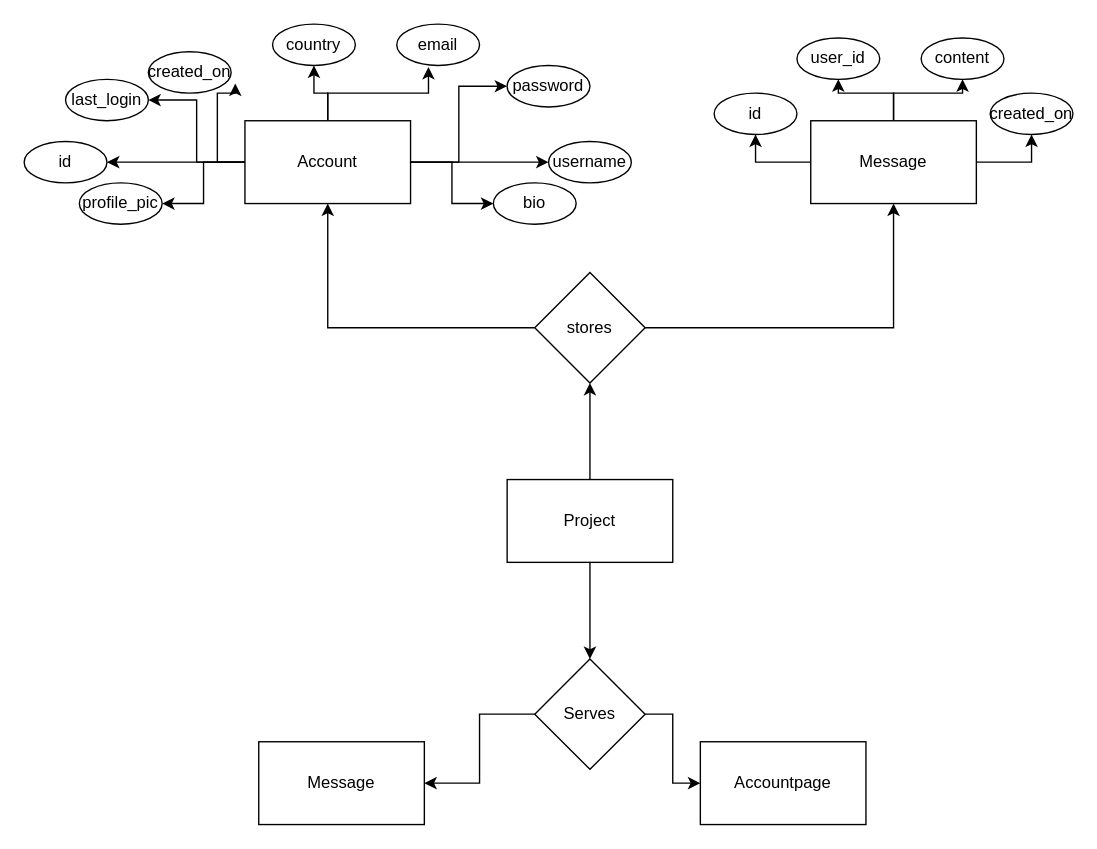
Before: Documentation/Untitled Diagram.drawio in Quicksoapy/BirdClone, a draw.io diagram. Source tidied: cells renumbered, new cells numbered last; positions are measured from the earlier drawing's top-left corner, leaving out a move shared by most shapes. Both pictures are drawn from the tidied source at 138%, with x=0, y=0 at pixel (23, 23).
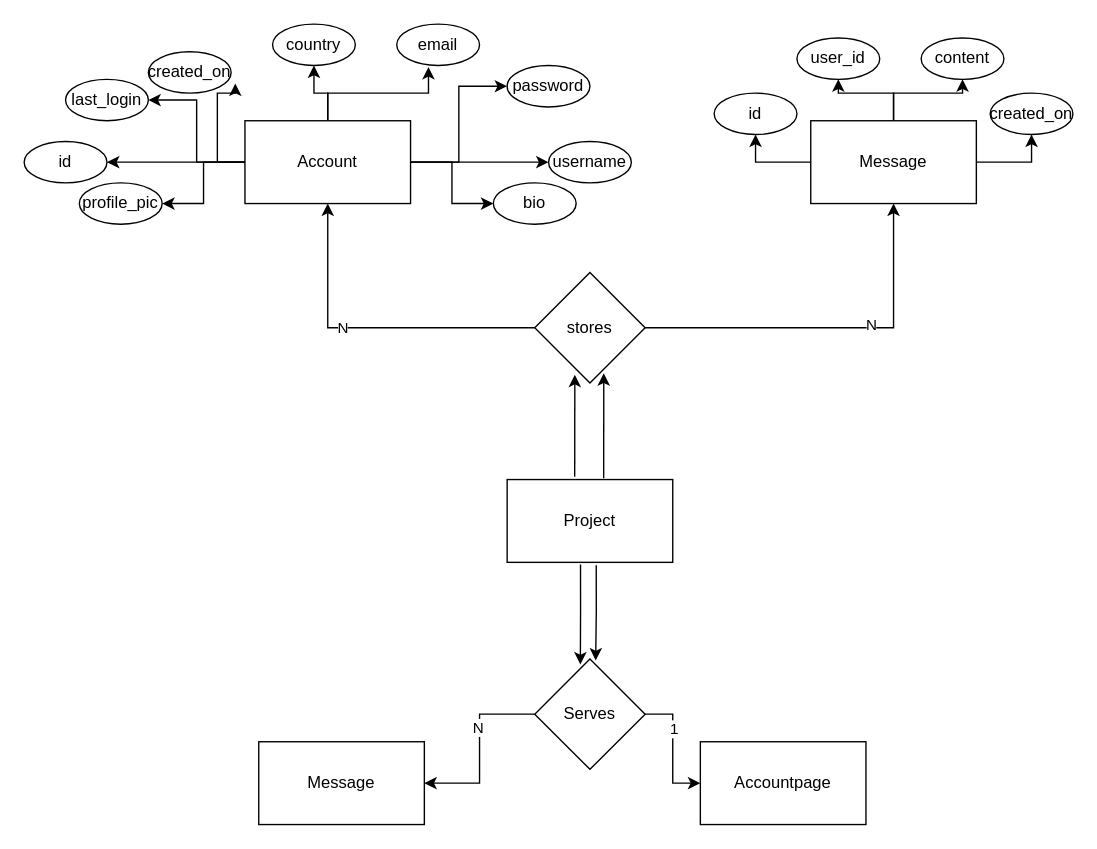
After the change.

The change refers to these unchanged cells:
```xml
<mxCell id="4" value="Project" style="rounded=0;whiteSpace=wrap;html=1;" parent="1" vertex="1">
  <mxGeometry x="350" y="330" width="120" height="60" as="geometry" />
</mxCell>
<mxCell id="5" style="edgeStyle=orthogonalEdgeStyle;rounded=0;jettySize=auto;html=1;" parent="1" edge="1" source="7" target="17">
  <mxGeometry relative="1" as="geometry" />
</mxCell>
<mxCell id="6" style="edgeStyle=orthogonalEdgeStyle;rounded=0;jettySize=auto;html=1;entryX=0.5;entryY=1;entryDx=0;entryDy=0;" parent="1" edge="1" source="7" target="31">
  <mxGeometry relative="1" as="geometry" />
</mxCell>
<mxCell id="7" value="&lt;div&gt;stores&lt;/div&gt;" style="rhombus;whiteSpace=wrap;html=1;rounded=0;" parent="1" vertex="1">
  <mxGeometry x="370" y="180" width="80" height="80" as="geometry" />
</mxCell>
<mxCell id="36" style="edgeStyle=orthogonalEdgeStyle;rounded=0;jettySize=auto;html=1;" parent="1" edge="1" source="38" target="39">
  <mxGeometry relative="1" as="geometry" />
</mxCell>
<mxCell id="37" style="edgeStyle=orthogonalEdgeStyle;rounded=0;jettySize=auto;html=1;entryX=0;entryY=0.5;entryDx=0;entryDy=0;" parent="1" edge="1" source="38" target="40">
  <mxGeometry relative="1" as="geometry" />
</mxCell>
<mxCell id="38" value="Serves" style="rhombus;whiteSpace=wrap;html=1;" parent="1" vertex="1">
  <mxGeometry x="370" y="460" width="80" height="80" as="geometry" />
</mxCell>
```

The edit, as a diff of the source:
```diff
@@
-    <mxCell id="2" style="edgeStyle=orthogonalEdgeStyle;rounded=0;jettySize=auto;html=1;" parent="1" edge="1" source="4" target="7">
+    <mxCell id="2" style="edgeStyle=orthogonalEdgeStyle;rounded=0;jettySize=auto;html=1;entryX=0.363;entryY=0.925;entryDx=0;entryDy=0;entryPerimeter=0;exitX=0.408;exitY=-0.033;exitDx=0;exitDy=0;exitPerimeter=0;" parent="1" edge="1" source="4" target="7">
       <mxGeometry relative="1" as="geometry" />
     </mxCell>
-    <mxCell id="3" style="edgeStyle=orthogonalEdgeStyle;rounded=0;jettySize=auto;html=1;entryX=0.5;entryY=0;entryDx=0;entryDy=0;" parent="1" edge="1" source="4" target="38">
+    <mxCell id="3" style="edgeStyle=orthogonalEdgeStyle;rounded=0;jettySize=auto;html=1;entryX=0.413;entryY=0.05;entryDx=0;entryDy=0;entryPerimeter=0;exitX=0.443;exitY=1.027;exitDx=0;exitDy=0;exitPerimeter=0;" parent="1" edge="1" source="4" target="38">
       <mxGeometry relative="1" as="geometry" />
     </mxCell>
@@
+    <mxCell id="41" value="N" style="edgeLabel;html=1;align=center;verticalAlign=middle;" parent="5" vertex="1">
+      <mxGeometry x="0.17" y="-1" relative="1" as="geometry" />
+    </mxCell>
@@
+    <mxCell id="42" value="N" style="edgeLabel;html=1;align=center;verticalAlign=middle;" parent="6" vertex="1">
+      <mxGeometry x="0.21" y="3" relative="1" as="geometry" />
+    </mxCell>
@@
+    <mxCell id="43" value="N" style="edgeLabel;html=1;align=center;verticalAlign=middle;" parent="36" vertex="1">
+      <mxGeometry x="-0.24" y="-2" relative="1" as="geometry" />
+    </mxCell>
@@
+    <mxCell id="44" value="1" style="edgeLabel;html=1;align=center;verticalAlign=middle;" parent="37" vertex="1">
+      <mxGeometry x="-0.33" relative="1" as="geometry" />
+    </mxCell>
@@
+    <mxCell id="45" style="edgeStyle=orthogonalEdgeStyle;rounded=0;jettySize=auto;html=1;entryX=0.625;entryY=0.913;entryDx=0;entryDy=0;entryPerimeter=0;exitX=0.583;exitY=-0.017;exitDx=0;exitDy=0;exitPerimeter=0;" parent="1" edge="1" source="4" target="7">
+      <mxGeometry relative="1" as="geometry" />
+    </mxCell>
+    <mxCell id="46" style="edgeStyle=orthogonalEdgeStyle;rounded=0;jettySize=auto;html=1;entryX=0.552;entryY=0.014;entryDx=0;entryDy=0;entryPerimeter=0;exitX=0.538;exitY=1.035;exitDx=0;exitDy=0;exitPerimeter=0;" parent="1" edge="1" source="4" target="38">
+      <mxGeometry relative="1" as="geometry" />
+    </mxCell>
```
